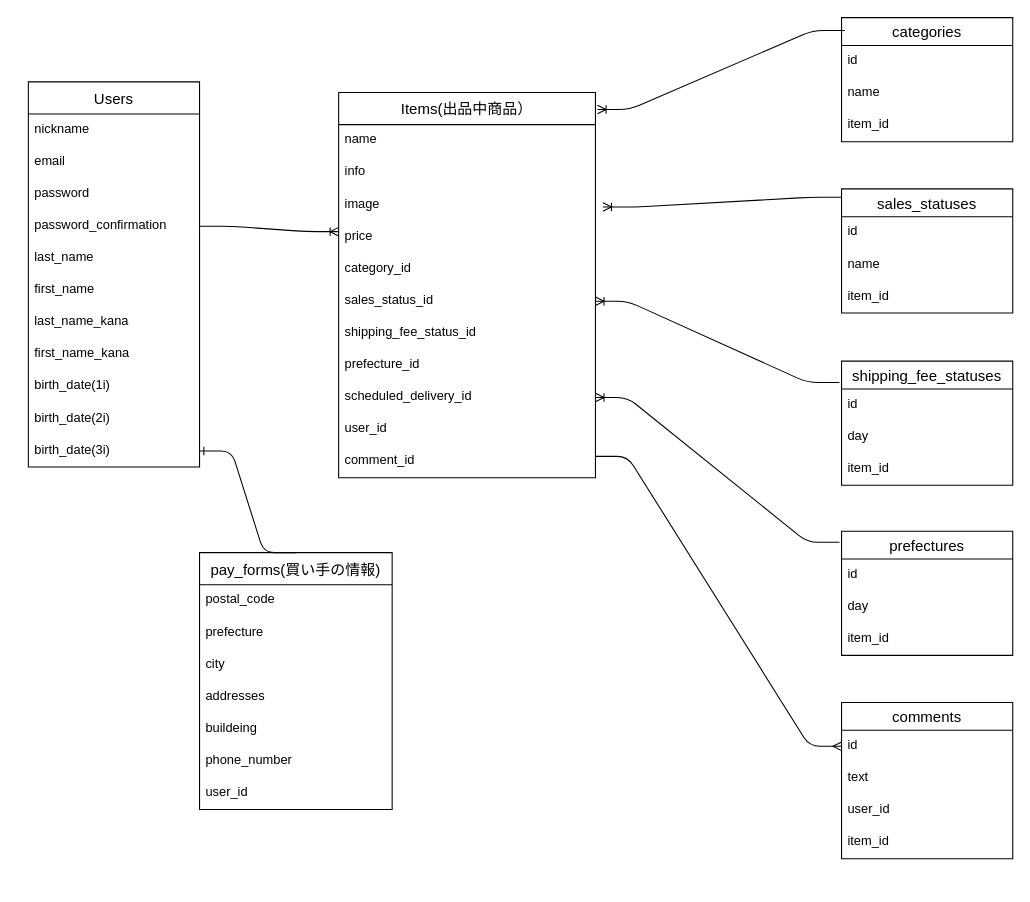
This is ER.dio from Ka0lee/furima-39118, a draw.io file, before an edit. Source tidied: cells renumbered, new cells numbered last; positions are measured from the earlier drawing's top-left corner, leaving out a move shared by most shapes. Both pictures are drawn from the tidied source at 107%, with x=0, y=0 at pixel (28, 17).
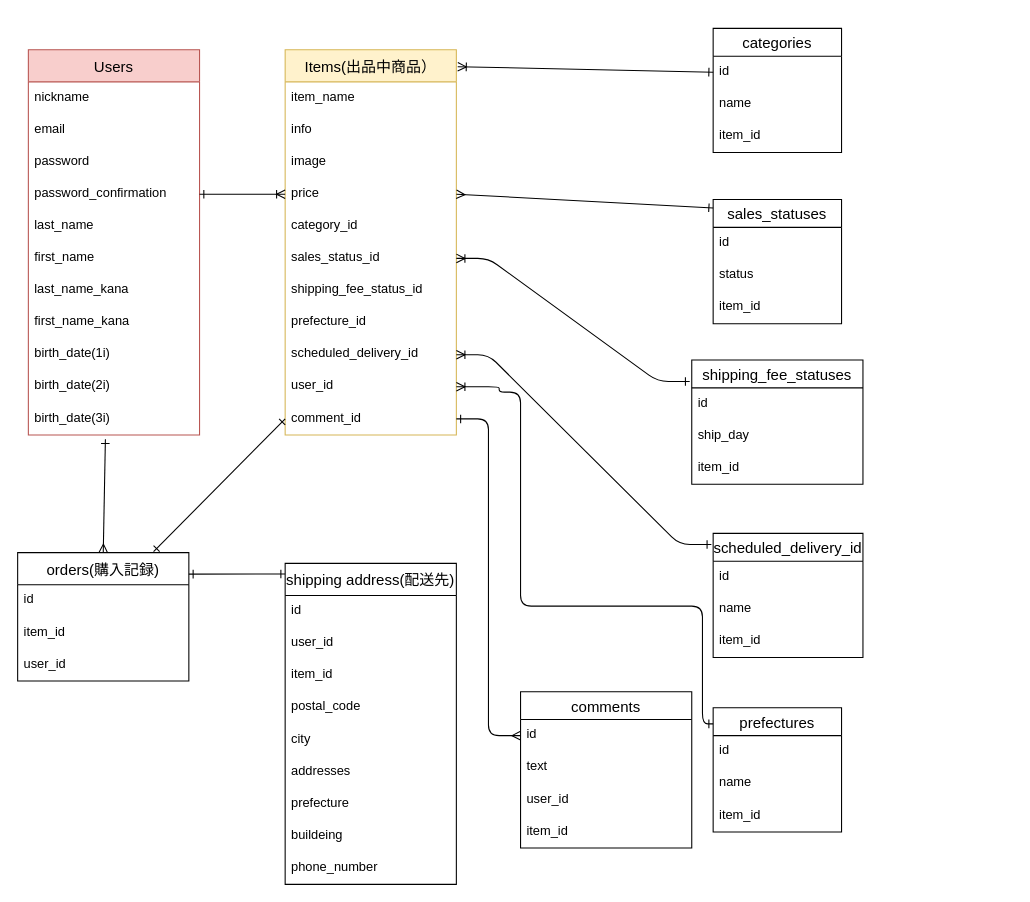
Above is the later version.

Unchanged cells that the change refers to:
```xml
<mxCell id="6" value="password_confirmation" style="text;strokeColor=none;fillColor=none;spacingLeft=4;spacingRight=4;overflow=hidden;points=[[0,0.5],[1,0.5]];portConstraint=eastwest;fontSize=12;" parent="2" vertex="1">
  <mxGeometry y="120" width="160" height="30" as="geometry" />
</mxCell>
<mxCell id="13" value="birth_date(3i)" style="text;strokeColor=none;fillColor=none;spacingLeft=4;spacingRight=4;overflow=hidden;points=[[0,0.5],[1,0.5]];portConstraint=eastwest;fontSize=12;" parent="2" vertex="1">
  <mxGeometry y="330" width="160" height="30" as="geometry" />
</mxCell>
<mxCell id="35" value="id" style="text;strokeColor=none;fillColor=none;spacingLeft=4;spacingRight=4;overflow=hidden;points=[[0,0.5],[1,0.5]];portConstraint=eastwest;fontSize=12;" parent="34" vertex="1">
  <mxGeometry y="26" width="160" height="30" as="geometry" />
</mxCell>
<mxCell id="48" value="id" style="text;strokeColor=none;fillColor=none;spacingLeft=4;spacingRight=4;overflow=hidden;points=[[0,0.5],[1,0.5]];portConstraint=eastwest;fontSize=12;" parent="47" vertex="1">
  <mxGeometry y="26" width="160" height="30" as="geometry" />
</mxCell>
```

Change to the diagram source:
```diff
@@
-    <mxCell id="2" value="Users" style="swimlane;fontStyle=0;horizontal=1;startSize=30;align=center;fontSize=14;" parent="1" vertex="1">
-      <mxGeometry y="60" width="160" height="360" as="geometry" />
+    <mxCell id="2" value="Users" style="swimlane;fontStyle=0;horizontal=1;startSize=30;align=center;fontSize=14;fillColor=#f8cecc;strokeColor=#b85450;" parent="1" vertex="1">
+      <mxGeometry y="30" width="160" height="360" as="geometry" />
     </mxCell>
@@
-    <mxCell id="14" value="Items(出品中商品）" style="swimlane;fontStyle=0;horizontal=1;startSize=30;align=center;fontSize=14;" parent="1" vertex="1">
-      <mxGeometry x="290" y="70" width="240" height="360" as="geometry" />
+    <mxCell id="14" value="Items(出品中商品）" style="swimlane;fontStyle=0;horizontal=1;startSize=30;align=center;fontSize=14;fillColor=#fff2cc;strokeColor=#d6b656;" parent="1" vertex="1">
+      <mxGeometry x="240" y="30" width="160" height="360" as="geometry" />
     </mxCell>
-    <mxCell id="15" value="name" style="text;strokeColor=none;fillColor=none;spacingLeft=4;spacingRight=4;overflow=hidden;fontSize=12;" parent="14" vertex="1">
-      <mxGeometry y="30" width="240" height="30" as="geometry" />
+    <mxCell id="15" value="item_name" style="text;strokeColor=none;fillColor=none;spacingLeft=4;spacingRight=4;overflow=hidden;fontSize=12;" parent="14" vertex="1">
+      <mxGeometry y="30" width="160" height="30" as="geometry" />
     </mxCell>
     <mxCell id="16" value="info" style="text;strokeColor=none;fillColor=none;spacingLeft=4;spacingRight=4;overflow=hidden;fontSize=12;" parent="14" vertex="1">
-      <mxGeometry y="60" width="240" height="30" as="geometry" />
+      <mxGeometry y="60" width="160" height="30" as="geometry" />
     </mxCell>
     <mxCell id="17" value="image" style="text;strokeColor=none;fillColor=none;spacingLeft=4;spacingRight=4;overflow=hidden;points=[[0,0.5],[1,0.5]];portConstraint=eastwest;fontSize=12;" parent="14" vertex="1">
-      <mxGeometry y="90" width="240" height="30" as="geometry" />
+      <mxGeometry y="90" width="160" height="30" as="geometry" />
     </mxCell>
     <mxCell id="18" value="price" style="text;strokeColor=none;fillColor=none;spacingLeft=4;spacingRight=4;overflow=hidden;points=[[0,0.5],[1,0.5]];portConstraint=eastwest;fontSize=12;" parent="14" vertex="1">
-      <mxGeometry y="120" width="240" height="30" as="geometry" />
+      <mxGeometry y="120" width="160" height="30" as="geometry" />
     </mxCell>
     <mxCell id="19" value="category_id" style="text;strokeColor=none;fillColor=none;spacingLeft=4;spacingRight=4;overflow=hidden;fontSize=12;" parent="14" vertex="1">
-      <mxGeometry y="150" width="240" height="30" as="geometry" />
+      <mxGeometry y="150" width="160" height="30" as="geometry" />
     </mxCell>
     <mxCell id="20" value="sales_status_id" style="text;strokeColor=none;fillColor=none;spacingLeft=4;spacingRight=4;overflow=hidden;points=[[0,0.5],[1,0.5]];portConstraint=eastwest;fontSize=12;" parent="14" vertex="1">
-      <mxGeometry y="180" width="240" height="30" as="geometry" />
+      <mxGeometry y="180" width="160" height="30" as="geometry" />
     </mxCell>
     <mxCell id="21" value="shipping_fee_status_id" style="text;strokeColor=none;fillColor=none;spacingLeft=4;spacingRight=4;overflow=hidden;fontSize=12;" parent="14" vertex="1">
-      <mxGeometry y="210" width="240" height="30" as="geometry" />
+      <mxGeometry y="210" width="160" height="30" as="geometry" />
     </mxCell>
     <mxCell id="22" value="prefecture_id" style="text;strokeColor=none;fillColor=none;spacingLeft=4;spacingRight=4;overflow=hidden;fontSize=12;" parent="14" vertex="1">
-      <mxGeometry y="240" width="240" height="30" as="geometry" />
+      <mxGeometry y="240" width="160" height="30" as="geometry" />
     </mxCell>
     <mxCell id="23" value="scheduled_delivery_id" style="text;strokeColor=none;fillColor=none;spacingLeft=4;spacingRight=4;overflow=hidden;points=[[0,0.5],[1,0.5]];portConstraint=eastwest;fontSize=12;" parent="14" vertex="1">
-      <mxGeometry y="270" width="240" height="30" as="geometry" />
+      <mxGeometry y="270" width="160" height="30" as="geometry" />
     </mxCell>
     <mxCell id="24" value="user_id" style="text;strokeColor=none;fillColor=none;spacingLeft=4;spacingRight=4;overflow=hidden;points=[[0,0.5],[1,0.5]];portConstraint=eastwest;fontSize=12;" parent="14" vertex="1">
-      <mxGeometry y="300" width="240" height="30" as="geometry" />
+      <mxGeometry y="300" width="160" height="30" as="geometry" />
     </mxCell>
     <mxCell id="25" value="comment_id" style="text;strokeColor=none;fillColor=none;spacingLeft=4;spacingRight=4;overflow=hidden;points=[[0,0.5],[1,0.5]];portConstraint=eastwest;fontSize=12;" parent="14" vertex="1">
-      <mxGeometry y="330" width="240" height="30" as="geometry" />
+      <mxGeometry y="330" width="160" height="30" as="geometry" />
     </mxCell>
-    <mxCell id="26" value="pay_forms(買い手の情報)" style="swimlane;fontStyle=0;horizontal=1;startSize=30;align=center;fontSize=14;" parent="1" vertex="1">
-      <mxGeometry x="160" y="500" width="180" height="240" as="geometry" />
-    </mxCell>
-    <mxCell id="27" value="postal_code" style="text;strokeColor=none;fillColor=none;spacingLeft=4;spacingRight=4;overflow=hidden;fontSize=12;" parent="26" vertex="1">
-      <mxGeometry y="30" width="180" height="30" as="geometry" />
-    </mxCell>
-    <mxCell id="28" value="prefecture" style="text;strokeColor=none;fillColor=none;spacingLeft=4;spacingRight=4;overflow=hidden;fontSize=12;" parent="26" vertex="1">
-      <mxGeometry y="60" width="180" height="30" as="geometry" />
-    </mxCell>
-    <mxCell id="29" value="city" style="text;strokeColor=none;fillColor=none;spacingLeft=4;spacingRight=4;overflow=hidden;fontSize=12;" parent="26" vertex="1">
-      <mxGeometry y="90" width="180" height="30" as="geometry" />
-    </mxCell>
-    <mxCell id="30" value="addresses" style="text;strokeColor=none;fillColor=none;spacingLeft=4;spacingRight=4;overflow=hidden;fontSize=12;" parent="26" vertex="1">
-      <mxGeometry y="120" width="180" height="30" as="geometry" />
-    </mxCell>
-    <mxCell id="31" value="buildeing" style="text;strokeColor=none;fillColor=none;spacingLeft=4;spacingRight=4;overflow=hidden;fontSize=12;" parent="26" vertex="1">
-      <mxGeometry y="150" width="180" height="30" as="geometry" />
-    </mxCell>
-    <mxCell id="32" value="phone_number" style="text;strokeColor=none;fillColor=none;spacingLeft=4;spacingRight=4;overflow=hidden;fontSize=12;" parent="26" vertex="1">
-      <mxGeometry y="180" width="180" height="30" as="geometry" />
-    </mxCell>
-    <mxCell id="33" value="user_id" style="text;strokeColor=none;fillColor=none;spacingLeft=4;spacingRight=4;overflow=hidden;fontSize=12;" parent="26" vertex="1">
-      <mxGeometry y="210" width="180" height="30" as="geometry" />
-    </mxCell>
     <mxCell id="34" value="comments" style="swimlane;fontStyle=0;horizontal=1;startSize=26;align=center;fontSize=14;" parent="1" vertex="1">
-      <mxGeometry x="760" y="640" width="160" height="146" as="geometry" />
+      <mxGeometry x="460" y="630" width="160" height="146" as="geometry" />
     </mxCell>
@@
     <mxCell id="39" value="sales_statuses" style="swimlane;fontStyle=0;horizontal=1;startSize=26;align=center;fontSize=14;" parent="1" vertex="1">
-      <mxGeometry x="760" y="160" width="160" height="116" as="geometry" />
+      <mxGeometry x="640" y="170" width="120" height="116" as="geometry" />
     </mxCell>
     <mxCell id="40" value="id" style="text;strokeColor=none;fillColor=none;spacingLeft=4;spacingRight=4;overflow=hidden;fontSize=12;" parent="39" vertex="1">
-      <mxGeometry y="26" width="160" height="30" as="geometry" />
+      <mxGeometry y="26" width="120" height="30" as="geometry" />
     </mxCell>
-    <mxCell id="41" value="name" style="text;strokeColor=none;fillColor=none;spacingLeft=4;spacingRight=4;overflow=hidden;fontSize=12;" parent="39" vertex="1">
-      <mxGeometry y="56" width="160" height="30" as="geometry" />
+    <mxCell id="41" value="status" style="text;strokeColor=none;fillColor=none;spacingLeft=4;spacingRight=4;overflow=hidden;fontSize=12;" parent="39" vertex="1">
+      <mxGeometry y="56" width="120" height="30" as="geometry" />
     </mxCell>
     <mxCell id="42" value="item_id" style="text;strokeColor=none;fillColor=none;spacingLeft=4;spacingRight=4;overflow=hidden;fontSize=12;" parent="39" vertex="1">
-      <mxGeometry y="86" width="160" height="30" as="geometry" />
+      <mxGeometry y="86" width="120" height="30" as="geometry" />
     </mxCell>
     <mxCell id="43" value="categories" style="swimlane;fontStyle=0;horizontal=1;startSize=26;align=center;fontSize=14;" parent="1" vertex="1">
-      <mxGeometry x="760" width="160" height="116" as="geometry" />
+      <mxGeometry x="640" y="10" width="120" height="116" as="geometry" />
     </mxCell>
     <mxCell id="44" value="id" style="text;strokeColor=none;fillColor=none;spacingLeft=4;spacingRight=4;overflow=hidden;points=[[0,0.5],[1,0.5]];portConstraint=eastwest;fontSize=12;" parent="43" vertex="1">
-      <mxGeometry y="26" width="160" height="30" as="geometry" />
+      <mxGeometry y="26" width="120" height="30" as="geometry" />
     </mxCell>
     <mxCell id="45" value="name" style="text;strokeColor=none;fillColor=none;spacingLeft=4;spacingRight=4;overflow=hidden;fontSize=12;" parent="43" vertex="1">
-      <mxGeometry y="56" width="160" height="30" as="geometry" />
+      <mxGeometry y="56" width="120" height="30" as="geometry" />
     </mxCell>
     <mxCell id="46" value="item_id" style="text;strokeColor=none;fillColor=none;spacingLeft=4;spacingRight=4;overflow=hidden;fontSize=12;" parent="43" vertex="1">
-      <mxGeometry y="86" width="160" height="30" as="geometry" />
+      <mxGeometry y="86" width="120" height="30" as="geometry" />
     </mxCell>
     <mxCell id="47" value="shipping_fee_statuses" style="swimlane;fontStyle=0;horizontal=1;startSize=26;align=center;fontSize=14;" parent="1" vertex="1">
-      <mxGeometry x="760" y="321" width="160" height="116" as="geometry" />
+      <mxGeometry x="620" y="320" width="160" height="116" as="geometry" />
     </mxCell>
@@
-    <mxCell id="49" value="day" style="text;strokeColor=none;fillColor=none;spacingLeft=4;spacingRight=4;overflow=hidden;fontSize=12;" parent="47" vertex="1">
+    <mxCell id="49" value="ship_day" style="text;strokeColor=none;fillColor=none;spacingLeft=4;spacingRight=4;overflow=hidden;fontSize=12;" parent="47" vertex="1">
       <mxGeometry y="56" width="160" height="30" as="geometry" />
     </mxCell>
@@
-    <mxCell id="51" value="prefectures" style="swimlane;fontStyle=0;horizontal=1;startSize=26;align=center;fontSize=14;" parent="1" vertex="1">
-      <mxGeometry x="760" y="480" width="160" height="116" as="geometry" />
+    <mxCell id="51" value="scheduled_delivery_id" style="swimlane;fontStyle=0;horizontal=1;startSize=26;align=center;fontSize=14;" parent="1" vertex="1">
+      <mxGeometry x="640" y="482" width="140" height="116" as="geometry" />
     </mxCell>
     <mxCell id="52" value="id" style="text;strokeColor=none;fillColor=none;spacingLeft=4;spacingRight=4;overflow=hidden;fontSize=12;" parent="51" vertex="1">
-      <mxGeometry y="26" width="160" height="30" as="geometry" />
+      <mxGeometry y="26" width="140" height="30" as="geometry" />
     </mxCell>
-    <mxCell id="53" value="day" style="text;strokeColor=none;fillColor=none;spacingLeft=4;spacingRight=4;overflow=hidden;fontSize=12;" parent="51" vertex="1">
-      <mxGeometry y="56" width="160" height="30" as="geometry" />
+    <mxCell id="53" value="name" style="text;strokeColor=none;fillColor=none;spacingLeft=4;spacingRight=4;overflow=hidden;fontSize=12;" parent="51" vertex="1">
+      <mxGeometry y="56" width="140" height="30" as="geometry" />
     </mxCell>
     <mxCell id="54" value="item_id" style="text;strokeColor=none;fillColor=none;spacingLeft=4;spacingRight=4;overflow=hidden;fontSize=12;" parent="51" vertex="1">
-      <mxGeometry y="86" width="160" height="30" as="geometry" />
+      <mxGeometry y="86" width="140" height="30" as="geometry" />
     </mxCell>
-    <mxCell id="55" style="edgeStyle=entityRelationEdgeStyle;fontSize=12;html=1;endArrow=ERoneToMany;exitX=0.019;exitY=0.103;exitDx=0;exitDy=0;exitPerimeter=0;entryX=1.008;entryY=0.044;entryDx=0;entryDy=0;entryPerimeter=0;" parent="1" edge="1" source="43" target="14">
+    <mxCell id="55" style="fontSize=12;html=1;endArrow=ERoneToMany;exitX=0;exitY=0.5;exitDx=0;exitDy=0;entryX=1.008;entryY=0.044;entryDx=0;entryDy=0;entryPerimeter=0;startArrow=ERone;startFill=0;" parent="1" edge="1" source="44" target="14">
       <mxGeometry relative="1" as="geometry" />
     </mxCell>
-    <mxCell id="56" style="edgeStyle=entityRelationEdgeStyle;fontSize=12;html=1;endArrow=ERoneToMany;exitX=0;exitY=0.068;exitDx=0;exitDy=0;exitPerimeter=0;entryX=1.029;entryY=0.567;entryDx=0;entryDy=0;entryPerimeter=0;" parent="1" edge="1" source="39" target="17">
+    <mxCell id="56" style="fontSize=12;html=1;endArrow=ERmany;exitX=0;exitY=0.068;exitDx=0;exitDy=0;exitPerimeter=0;entryX=1;entryY=0.5;entryDx=0;entryDy=0;startArrow=ERone;startFill=0;endFill=0;" parent="1" edge="1" source="39" target="18">
       <mxGeometry relative="1" as="geometry" />
     </mxCell>
-    <mxCell id="57" style="edgeStyle=entityRelationEdgeStyle;fontSize=12;html=1;endArrow=ERoneToMany;exitX=-0.012;exitY=-0.2;exitDx=0;exitDy=0;exitPerimeter=0;" parent="1" edge="1" source="48" target="20">
+    <mxCell id="57" style="edgeStyle=entityRelationEdgeStyle;fontSize=12;html=1;endArrow=ERoneToMany;exitX=-0.012;exitY=-0.2;exitDx=0;exitDy=0;exitPerimeter=0;startArrow=ERone;startFill=0;" parent="1" edge="1" source="48" target="20">
       <mxGeometry relative="1" as="geometry" />
     </mxCell>
-    <mxCell id="58" style="edgeStyle=entityRelationEdgeStyle;fontSize=12;html=1;endArrow=ERoneToMany;entryX=1;entryY=0.5;entryDx=0;entryDy=0;exitX=-0.012;exitY=0.089;exitDx=0;exitDy=0;exitPerimeter=0;" parent="1" edge="1" source="51" target="23">
+    <mxCell id="58" style="edgeStyle=entityRelationEdgeStyle;fontSize=12;html=1;endArrow=ERoneToMany;entryX=1;entryY=0.5;entryDx=0;entryDy=0;exitX=-0.012;exitY=0.089;exitDx=0;exitDy=0;exitPerimeter=0;startArrow=ERone;startFill=0;" parent="1" edge="1" source="51" target="23">
       <mxGeometry relative="1" as="geometry" />
     </mxCell>
-    <mxCell id="59" style="edgeStyle=entityRelationEdgeStyle;fontSize=12;html=1;endArrow=ERmany;entryX=0;entryY=0.5;entryDx=0;entryDy=0;" parent="1" edge="1" target="35">
-      <mxGeometry relative="1" as="geometry">
-        <mxPoint x="530" y="410" as="sourcePoint" />
-      </mxGeometry>
+    <mxCell id="59" style="edgeStyle=entityRelationEdgeStyle;fontSize=12;html=1;endArrow=ERmany;entryX=0;entryY=0.5;entryDx=0;entryDy=0;exitX=1;exitY=0.5;exitDx=0;exitDy=0;startArrow=ERone;startFill=0;" parent="1" edge="1" source="25" target="35">
+      <mxGeometry relative="1" as="geometry" />
     </mxCell>
-    <mxCell id="60" style="edgeStyle=entityRelationEdgeStyle;fontSize=12;html=1;endArrow=ERone;endFill=1;entryX=1;entryY=0.5;entryDx=0;entryDy=0;exitX=0.5;exitY=0;exitDx=0;exitDy=0;" parent="1" edge="1" source="26" target="13">
-      <mxGeometry relative="1" as="geometry" />
-    </mxCell>
-    <mxCell id="61" style="edgeStyle=entityRelationEdgeStyle;fontSize=12;html=1;endArrow=ERoneToMany;exitX=1;exitY=0.5;exitDx=0;exitDy=0;" parent="1" edge="1" source="6">
-      <mxGeometry relative="1" as="geometry">
-        <mxPoint x="290" y="200" as="targetPoint" />
-      </mxGeometry>
+    <mxCell id="61" style="edgeStyle=entityRelationEdgeStyle;fontSize=12;html=1;endArrow=ERoneToMany;exitX=1;exitY=0.5;exitDx=0;exitDy=0;entryX=0;entryY=0.5;entryDx=0;entryDy=0;startArrow=ERone;startFill=0;" parent="1" edge="1" source="6" target="18">
+      <mxGeometry relative="1" as="geometry" />
     </mxCell>
+    <mxCell id="62" style="endArrow=ERmany;html=1;rounded=0;startArrow=ERone;startFill=0;endFill=0;exitX=0.45;exitY=1.133;exitDx=0;exitDy=0;exitPerimeter=0;entryX=0.5;entryY=0;entryDx=0;entryDy=0;" parent="1" edge="1" source="13" target="63">
+      <mxGeometry relative="1" as="geometry" />
+    </mxCell>
+    <mxCell id="63" value="orders(購入記録)" style="swimlane;fontStyle=0;horizontal=1;startSize=30;align=center;fontSize=14;" parent="1" vertex="1">
+      <mxGeometry x="-10" y="500" width="160" height="120" as="geometry" />
+    </mxCell>
+    <mxCell id="64" value="id" style="text;strokeColor=none;fillColor=none;spacingLeft=4;spacingRight=4;overflow=hidden;fontSize=12;" parent="63" vertex="1">
+      <mxGeometry y="30" width="160" height="30" as="geometry" />
+    </mxCell>
+    <mxCell id="65" value="item_id" style="text;strokeColor=none;fillColor=none;spacingLeft=4;spacingRight=4;overflow=hidden;fontSize=12;" parent="63" vertex="1">
+      <mxGeometry y="60" width="160" height="30" as="geometry" />
+    </mxCell>
+    <mxCell id="66" value="user_id" style="text;strokeColor=none;fillColor=none;spacingLeft=4;spacingRight=4;overflow=hidden;fontSize=12;" parent="63" vertex="1">
+      <mxGeometry y="90" width="160" height="30" as="geometry" />
+    </mxCell>
+    <mxCell id="67" value="shipping address(配送先)" style="swimlane;fontStyle=0;horizontal=1;startSize=30;align=center;fontSize=14;" parent="1" vertex="1">
+      <mxGeometry x="240" y="510" width="160" height="300" as="geometry" />
+    </mxCell>
+    <mxCell id="68" value="id" style="text;strokeColor=none;fillColor=none;spacingLeft=4;spacingRight=4;overflow=hidden;fontSize=12;" parent="67" vertex="1">
+      <mxGeometry y="30" width="160" height="30" as="geometry" />
+    </mxCell>
+    <mxCell id="69" value="user_id" style="text;strokeColor=none;fillColor=none;spacingLeft=4;spacingRight=4;overflow=hidden;fontSize=12;" parent="67" vertex="1">
+      <mxGeometry y="60" width="160" height="30" as="geometry" />
+    </mxCell>
+    <mxCell id="70" value="item_id" style="text;strokeColor=none;fillColor=none;spacingLeft=4;spacingRight=4;overflow=hidden;fontSize=12;" parent="67" vertex="1">
+      <mxGeometry y="90" width="160" height="30" as="geometry" />
+    </mxCell>
+    <mxCell id="27" value="postal_code" style="text;strokeColor=none;fillColor=none;spacingLeft=4;spacingRight=4;overflow=hidden;fontSize=12;" parent="67" vertex="1">
+      <mxGeometry y="120" width="160" height="30" as="geometry" />
+    </mxCell>
+    <mxCell id="29" value="city" style="text;strokeColor=none;fillColor=none;spacingLeft=4;spacingRight=4;overflow=hidden;fontSize=12;" parent="67" vertex="1">
+      <mxGeometry y="150" width="160" height="30" as="geometry" />
+    </mxCell>
+    <mxCell id="30" value="addresses" style="text;strokeColor=none;fillColor=none;spacingLeft=4;spacingRight=4;overflow=hidden;fontSize=12;" parent="67" vertex="1">
+      <mxGeometry y="180" width="160" height="30" as="geometry" />
+    </mxCell>
+    <mxCell id="28" value="prefecture" style="text;strokeColor=none;fillColor=none;spacingLeft=4;spacingRight=4;overflow=hidden;fontSize=12;" parent="67" vertex="1">
+      <mxGeometry y="210" width="160" height="30" as="geometry" />
+    </mxCell>
+    <mxCell id="31" value="buildeing" style="text;strokeColor=none;fillColor=none;spacingLeft=4;spacingRight=4;overflow=hidden;fontSize=12;" parent="67" vertex="1">
+      <mxGeometry y="240" width="160" height="30" as="geometry" />
+    </mxCell>
+    <mxCell id="32" value="phone_number" style="text;strokeColor=none;fillColor=none;spacingLeft=4;spacingRight=4;overflow=hidden;fontSize=12;" parent="67" vertex="1">
+      <mxGeometry y="270" width="160" height="30" as="geometry" />
+    </mxCell>
+    <mxCell id="71" style="html=1;startArrow=ERone;startFill=0;endArrow=ERone;endFill=0;exitX=0;exitY=0.5;exitDx=0;exitDy=0;entryX=0.794;entryY=-0.008;entryDx=0;entryDy=0;entryPerimeter=0;" parent="1" edge="1" source="25" target="63">
+      <mxGeometry relative="1" as="geometry" />
+    </mxCell>
+    <mxCell id="72" style="edgeStyle=none;html=1;startArrow=ERone;startFill=0;endArrow=ERone;endFill=0;exitX=1;exitY=0.167;exitDx=0;exitDy=0;exitPerimeter=0;" parent="1" edge="1" source="63">
+      <mxGeometry relative="1" as="geometry">
+        <mxPoint x="240" y="520" as="targetPoint" />
+      </mxGeometry>
+    </mxCell>
+    <mxCell id="73" value="prefectures" style="swimlane;fontStyle=0;horizontal=1;startSize=26;align=center;fontSize=14;" parent="1" vertex="1">
+      <mxGeometry x="640" y="645" width="120" height="116" as="geometry" />
+    </mxCell>
+    <mxCell id="74" value="id" style="text;strokeColor=none;fillColor=none;spacingLeft=4;spacingRight=4;overflow=hidden;fontSize=12;" parent="73" vertex="1">
+      <mxGeometry y="26" width="120" height="30" as="geometry" />
+    </mxCell>
+    <mxCell id="75" value="name" style="text;strokeColor=none;fillColor=none;spacingLeft=4;spacingRight=4;overflow=hidden;fontSize=12;" parent="73" vertex="1">
+      <mxGeometry y="56" width="120" height="30" as="geometry" />
+    </mxCell>
+    <mxCell id="76" value="item_id" style="text;strokeColor=none;fillColor=none;spacingLeft=4;spacingRight=4;overflow=hidden;fontSize=12;" parent="73" vertex="1">
+      <mxGeometry y="86" width="120" height="30" as="geometry" />
+    </mxCell>
+    <mxCell id="77" style="edgeStyle=orthogonalEdgeStyle;fontSize=12;html=1;endArrow=ERoneToMany;entryX=1;entryY=0.5;entryDx=0;entryDy=0;startArrow=ERone;startFill=0;" parent="1" edge="1" target="24">
+      <mxGeometry relative="1" as="geometry">
+        <mxPoint x="640" y="660" as="sourcePoint" />
+        <Array as="points">
+          <mxPoint x="630" y="660" />
+          <mxPoint x="630" y="550" />
+          <mxPoint x="460" y="550" />
+          <mxPoint x="460" y="350" />
+          <mxPoint x="440" y="350" />
+          <mxPoint x="440" y="345" />
+        </Array>
+      </mxGeometry>
+    </mxCell>
```
